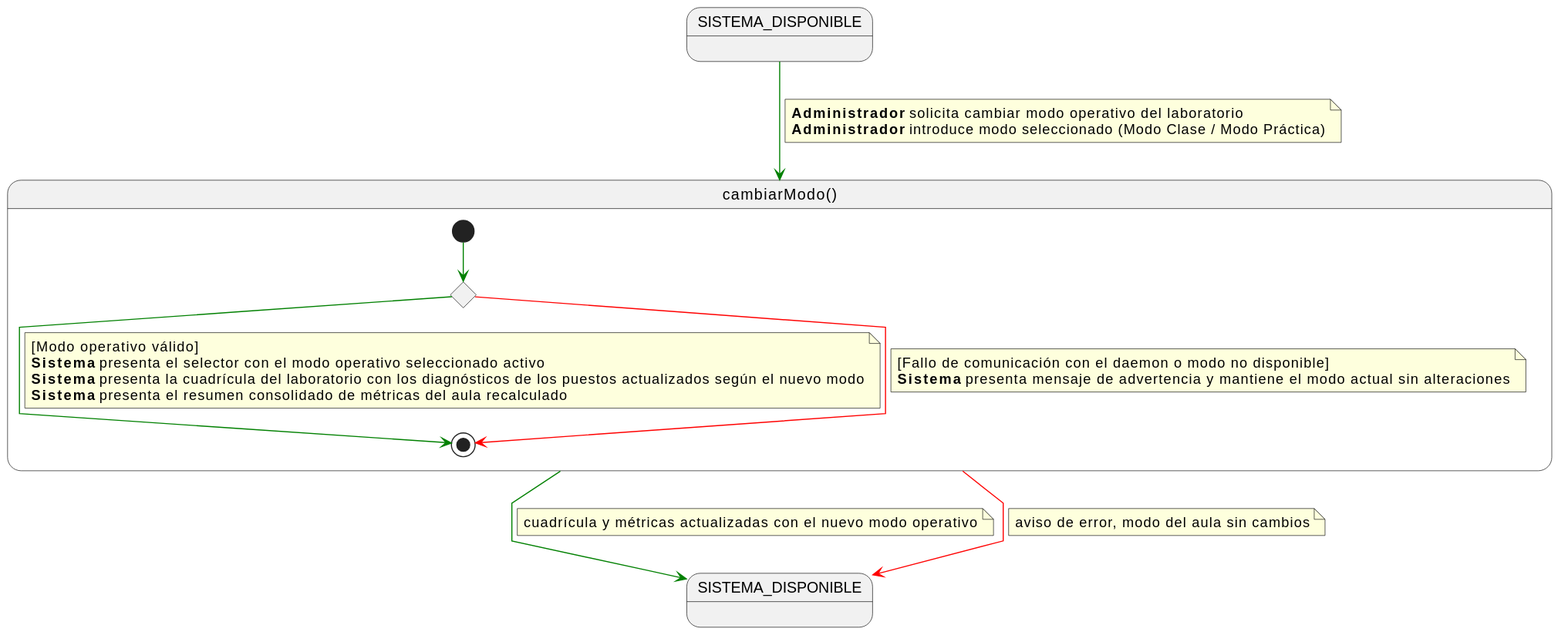
Before: images/01-requisitos/01-detalle-casos-uso/cambiarModo/especificacion.svg, a diagram exported from PlantUML (Carlos-Lima2510/mesh-panel). Its diagram source:
```plantuml
@startuml
skinparam linetype polyline

state SISTEMA_DISPONIBLE
state SISTEMA_DISPONIBLE_SALIDA as "SISTEMA_DISPONIBLE"

SISTEMA_DISPONIBLE -[#green]-> cambiarModo
note on link
<b>Administrador</b> solicita cambiar modo operativo del laboratorio
<b>Administrador</b> introduce modo seleccionado (Modo Clase / Modo Práctica)
end note

state cambiarModo as "cambiarModo()" {

    state c <<choice>>

    [*] -[#green]-> c

    c -[#green]-> [*]
    note on link
    [Modo operativo válido]
    <b>Sistema</b> presenta el selector con el modo operativo seleccionado activo
    <b>Sistema</b> presenta la cuadrícula del laboratorio con los diagnósticos de los puestos actualizados según el nuevo modo
    <b>Sistema</b> presenta el resumen consolidado de métricas del aula recalculado
    end note

    c -[#red]-> [*]
    note on link
    [Fallo de comunicación con el daemon o modo no disponible]
    <b>Sistema</b> presenta mensaje de advertencia y mantiene el modo actual sin alteraciones
    end note
}

cambiarModo -[#green]-> SISTEMA_DISPONIBLE_SALIDA
note on link
cuadrícula y métricas actualizadas con el nuevo modo operativo
end note

cambiarModo -[#red]-> SISTEMA_DISPONIBLE_SALIDA
note on link
aviso de error, modo del aula sin cambios
end note
@enduml
```
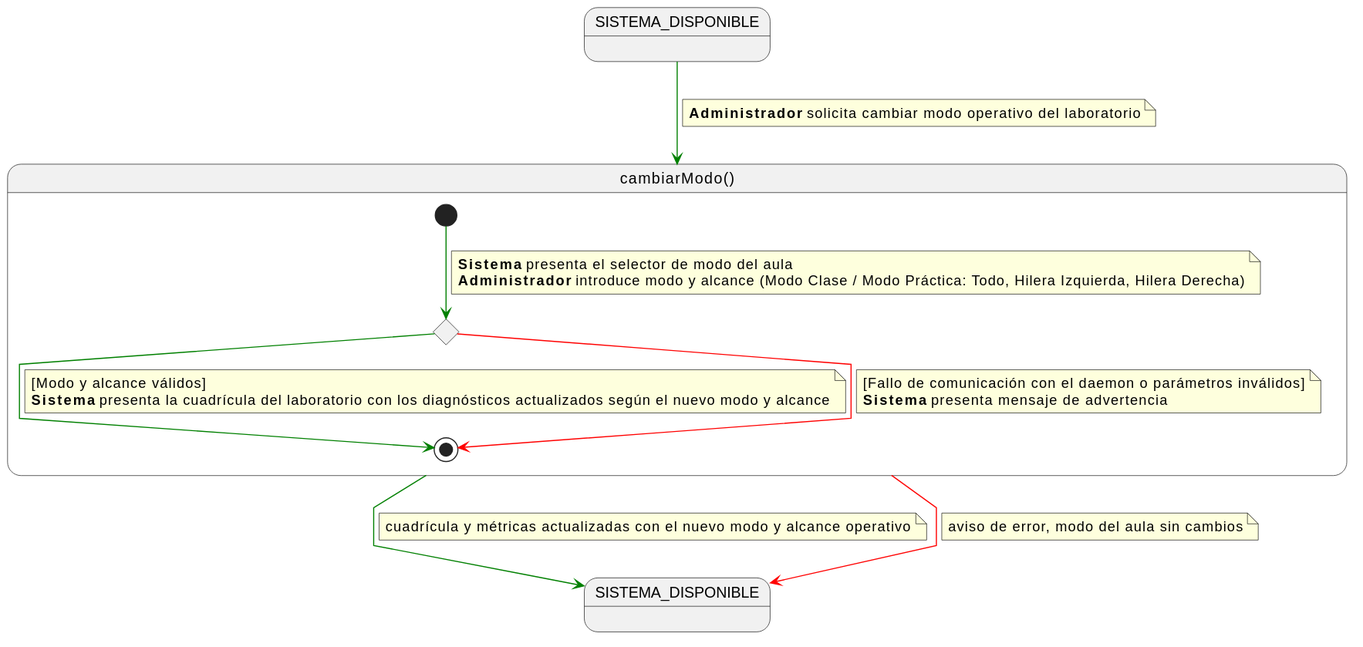
Above is the later version.

What changed in the source:
```diff
@@ -7,7 +7,6 @@
 SISTEMA_DISPONIBLE -[#green]-> cambiarModo
 note on link
 <b>Administrador</b> solicita cambiar modo operativo del laboratorio
-<b>Administrador</b> introduce modo seleccionado (Modo Clase / Modo Práctica)
 end note
 
 state cambiarModo as "cambiarModo()" {
@@ -15,25 +14,27 @@
     state c <<choice>>
 
     [*] -[#green]-> c
+    note on link
+    <b>Sistema</b> presenta el selector de modo del aula
+    <b>Administrador</b> introduce modo y alcance (Modo Clase / Modo Práctica: Todo, Hilera Izquierda, Hilera Derecha)
+    end note
 
     c -[#green]-> [*]
     note on link
-    [Modo operativo válido]
-    <b>Sistema</b> presenta el selector con el modo operativo seleccionado activo
-    <b>Sistema</b> presenta la cuadrícula del laboratorio con los diagnósticos de los puestos actualizados según el nuevo modo
-    <b>Sistema</b> presenta el resumen consolidado de métricas del aula recalculado
+    [Modo y alcance válidos]
+    <b>Sistema</b> presenta la cuadrícula del laboratorio con los diagnósticos actualizados según el nuevo modo y alcance
     end note
 
     c -[#red]-> [*]
     note on link
-    [Fallo de comunicación con el daemon o modo no disponible]
-    <b>Sistema</b> presenta mensaje de advertencia y mantiene el modo actual sin alteraciones
+    [Fallo de comunicación con el daemon o parámetros inválidos]
+    <b>Sistema</b> presenta mensaje de advertencia
     end note
 }
 
 cambiarModo -[#green]-> SISTEMA_DISPONIBLE_SALIDA
 note on link
-cuadrícula y métricas actualizadas con el nuevo modo operativo
+cuadrícula y métricas actualizadas con el nuevo modo y alcance operativo
 end note
 
 cambiarModo -[#red]-> SISTEMA_DISPONIBLE_SALIDA
```
